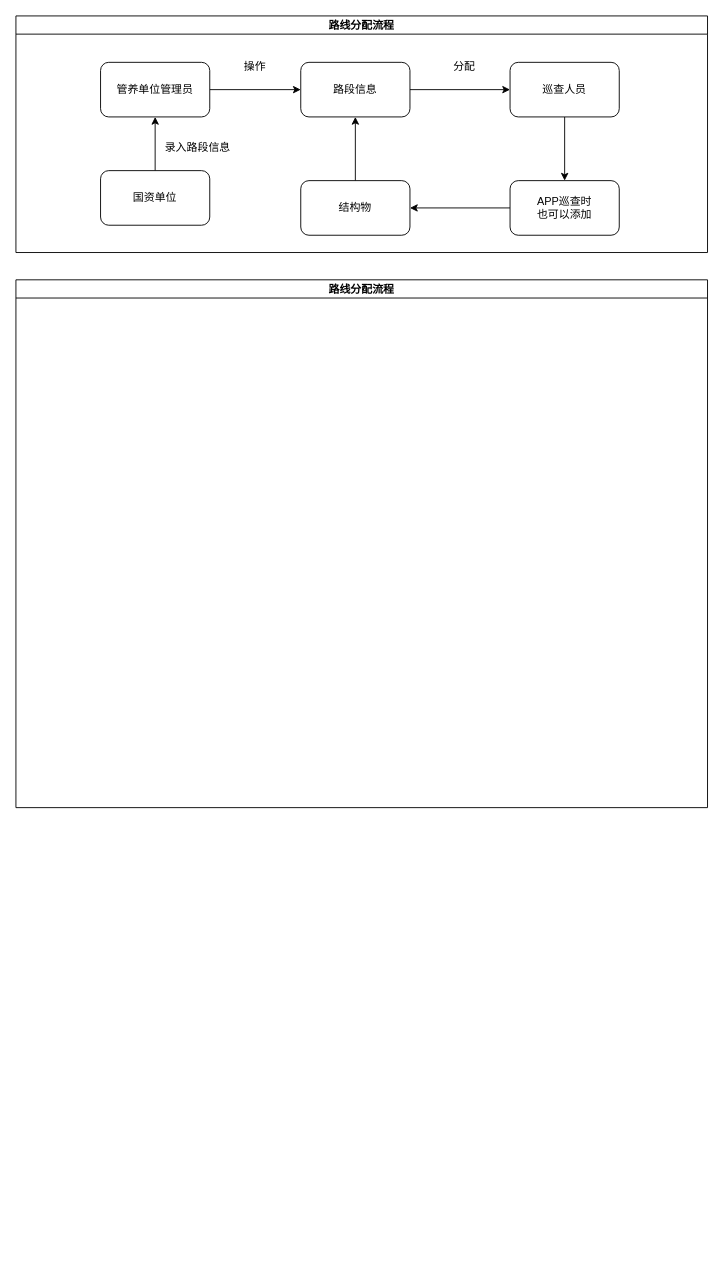
Napoleon1234/Draw keeps this draw.io diagram as way/JH/流程图.drawio. Above is the earlier version. Source tidied: cells renumbered, new cells numbered last; positions are measured from the earlier drawing's top-left corner, leaving out a move shared by most shapes. Both pictures are drawn from the tidied source at 91%, with x=0, y=0 at pixel (15, 15).
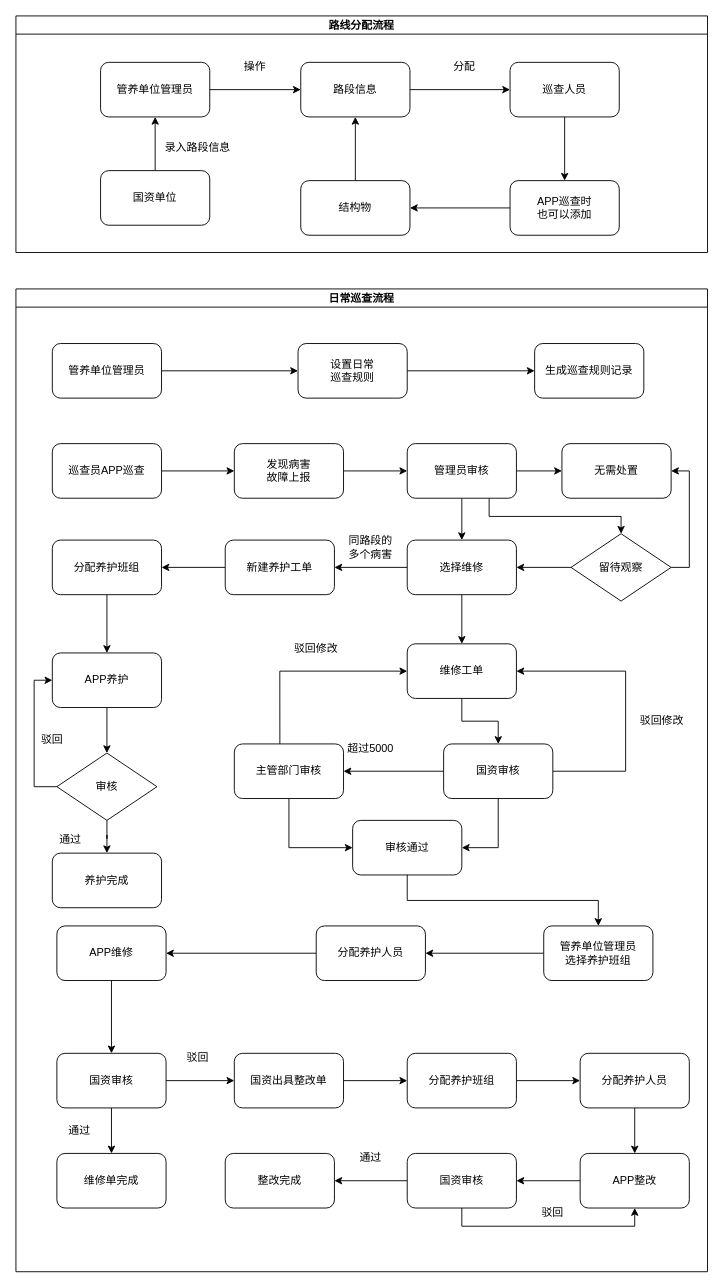
Above is the later version.

Commit message (it also covers changes not shown here):
更新流程图.drawio

What changed in the source:
```diff
@@
-    <mxCell id="18" value="路线分配流程" style="swimlane;startSize=20;horizontal=1;containerType=tree;" parent="1" vertex="1">
-      <mxGeometry y="290" width="760" height="580" as="geometry" />
+    <mxCell id="18" value="日常巡查流程" style="swimlane;startSize=20;horizontal=1;containerType=tree;" parent="1" vertex="1">
+      <mxGeometry y="300" width="760" height="1080" as="geometry" />
     </mxCell>
+    <mxCell id="19" style="edgeStyle=orthogonalEdgeStyle;rounded=0;jettySize=auto;html=1;" parent="18" edge="1" source="20" target="22">
+      <mxGeometry relative="1" as="geometry" />
+    </mxCell>
+    <mxCell id="20" value="管养单位管理员" style="rounded=1;whiteSpace=wrap;html=1;" parent="18" vertex="1">
+      <mxGeometry x="40" y="60" width="120" height="60" as="geometry" />
+    </mxCell>
+    <mxCell id="21" style="edgeStyle=orthogonalEdgeStyle;rounded=0;jettySize=auto;html=1;" parent="18" edge="1" source="22" target="23">
+      <mxGeometry relative="1" as="geometry" />
+    </mxCell>
+    <mxCell id="22" value="设置日常&lt;br&gt;巡查规则" style="rounded=1;whiteSpace=wrap;html=1;" parent="18" vertex="1">
+      <mxGeometry x="310" y="60" width="120" height="60" as="geometry" />
+    </mxCell>
+    <mxCell id="23" value="生成巡查规则记录" style="rounded=1;whiteSpace=wrap;html=1;" parent="18" vertex="1">
+      <mxGeometry x="570" y="60" width="120" height="60" as="geometry" />
+    </mxCell>
+    <mxCell id="24" style="edgeStyle=orthogonalEdgeStyle;rounded=0;jettySize=auto;html=1;entryX=0;entryY=0.5;entryDx=0;entryDy=0;" parent="18" edge="1" source="25" target="27">
+      <mxGeometry relative="1" as="geometry" />
+    </mxCell>
+    <mxCell id="25" value="巡查员APP巡查" style="rounded=1;whiteSpace=wrap;html=1;" parent="18" vertex="1">
+      <mxGeometry x="40" y="170" width="120" height="60" as="geometry" />
+    </mxCell>
+    <mxCell id="26" style="edgeStyle=orthogonalEdgeStyle;rounded=0;jettySize=auto;html=1;" parent="18" edge="1" source="27" target="31">
+      <mxGeometry relative="1" as="geometry" />
+    </mxCell>
+    <mxCell id="27" value="发现病害&lt;br&gt;故障上报" style="rounded=1;whiteSpace=wrap;html=1;" parent="18" vertex="1">
+      <mxGeometry x="240" y="170" width="120" height="60" as="geometry" />
+    </mxCell>
+    <mxCell id="28" style="edgeStyle=orthogonalEdgeStyle;rounded=0;jettySize=auto;html=1;entryX=0;entryY=0.5;entryDx=0;entryDy=0;" parent="18" edge="1" source="31" target="32">
+      <mxGeometry relative="1" as="geometry" />
+    </mxCell>
+    <mxCell id="29" style="edgeStyle=orthogonalEdgeStyle;rounded=0;jettySize=auto;html=1;entryX=0.5;entryY=0;entryDx=0;entryDy=0;" parent="18" edge="1" source="31" target="35">
+      <mxGeometry relative="1" as="geometry" />
+    </mxCell>
+    <mxCell id="30" style="edgeStyle=orthogonalEdgeStyle;rounded=0;jettySize=auto;html=1;exitX=0.75;exitY=1;exitDx=0;exitDy=0;" parent="18" edge="1" source="31" target="38">
+      <mxGeometry relative="1" as="geometry">
+        <Array as="points">
+          <mxPoint x="520" y="250" />
+          <mxPoint x="665" y="250" />
+        </Array>
+      </mxGeometry>
+    </mxCell>
+    <mxCell id="31" value="管理员审核" style="rounded=1;whiteSpace=wrap;html=1;" parent="18" vertex="1">
+      <mxGeometry x="430" y="170" width="120" height="60" as="geometry" />
+    </mxCell>
+    <mxCell id="32" value="无需处置" style="rounded=1;whiteSpace=wrap;html=1;" parent="18" vertex="1">
+      <mxGeometry x="600" y="170" width="120" height="60" as="geometry" />
+    </mxCell>
+    <mxCell id="33" style="edgeStyle=orthogonalEdgeStyle;rounded=0;jettySize=auto;html=1;" parent="18" edge="1" source="35" target="40">
+      <mxGeometry relative="1" as="geometry" />
+    </mxCell>
+    <mxCell id="34" style="edgeStyle=orthogonalEdgeStyle;rounded=0;jettySize=auto;html=1;entryX=0.5;entryY=0;entryDx=0;entryDy=0;" parent="18" edge="1" source="35" target="53">
+      <mxGeometry relative="1" as="geometry" />
+    </mxCell>
+    <mxCell id="35" value="选择维修" style="rounded=1;whiteSpace=wrap;html=1;" parent="18" vertex="1">
+      <mxGeometry x="430" y="276" width="120" height="60" as="geometry" />
+    </mxCell>
+    <mxCell id="36" style="edgeStyle=orthogonalEdgeStyle;rounded=0;jettySize=auto;html=1;entryX=1;entryY=0.5;entryDx=0;entryDy=0;exitX=1;exitY=0.5;exitDx=0;exitDy=0;" parent="18" edge="1" source="38" target="32">
+      <mxGeometry relative="1" as="geometry" />
+    </mxCell>
+    <mxCell id="37" style="edgeStyle=orthogonalEdgeStyle;rounded=0;jettySize=auto;html=1;entryX=1;entryY=0.5;entryDx=0;entryDy=0;" parent="18" edge="1" source="38" target="35">
+      <mxGeometry relative="1" as="geometry" />
+    </mxCell>
+    <mxCell id="38" value="留待观察" style="rhombus;whiteSpace=wrap;html=1;" parent="18" vertex="1">
+      <mxGeometry x="610" y="269" width="110" height="74" as="geometry" />
+    </mxCell>
+    <mxCell id="39" style="edgeStyle=orthogonalEdgeStyle;rounded=0;jettySize=auto;html=1;" parent="18" edge="1" source="40" target="43">
+      <mxGeometry relative="1" as="geometry" />
+    </mxCell>
+    <mxCell id="40" value="新建养护工单" style="rounded=1;whiteSpace=wrap;html=1;" parent="18" vertex="1">
+      <mxGeometry x="230" y="276" width="120" height="60" as="geometry" />
+    </mxCell>
+    <mxCell id="41" value="同路段的多个病害" style="text;strokeColor=none;align=center;fillColor=none;html=1;verticalAlign=middle;whiteSpace=wrap;rounded=0;" parent="18" vertex="1">
+      <mxGeometry x="360" y="269" width="60" height="30" as="geometry" />
+    </mxCell>
+    <mxCell id="42" style="edgeStyle=orthogonalEdgeStyle;rounded=0;jettySize=auto;html=1;entryX=0.5;entryY=0;entryDx=0;entryDy=0;" parent="18" edge="1" source="43" target="45">
+      <mxGeometry relative="1" as="geometry" />
+    </mxCell>
+    <mxCell id="43" value="分配养护班组" style="rounded=1;whiteSpace=wrap;html=1;" parent="18" vertex="1">
+      <mxGeometry x="40" y="276" width="120" height="60" as="geometry" />
+    </mxCell>
+    <mxCell id="44" style="edgeStyle=orthogonalEdgeStyle;rounded=0;jettySize=auto;html=1;entryX=0.5;entryY=0;entryDx=0;entryDy=0;" parent="18" edge="1" source="45" target="48">
+      <mxGeometry relative="1" as="geometry" />
+    </mxCell>
+    <mxCell id="45" value="APP养护" style="rounded=1;whiteSpace=wrap;html=1;" parent="18" vertex="1">
+      <mxGeometry x="40" y="400" width="120" height="60" as="geometry" />
+    </mxCell>
+    <mxCell id="46" style="edgeStyle=orthogonalEdgeStyle;rounded=0;jettySize=auto;html=1;entryX=0;entryY=0.5;entryDx=0;entryDy=0;exitX=0;exitY=0.5;exitDx=0;exitDy=0;" parent="18" edge="1" source="48" target="45">
+      <mxGeometry relative="1" as="geometry" />
+    </mxCell>
+    <mxCell id="47" style="edgeStyle=orthogonalEdgeStyle;rounded=0;jettySize=auto;html=1;entryX=0.5;entryY=0;entryDx=0;entryDy=0;" parent="18" edge="1" source="48" target="50">
+      <mxGeometry relative="1" as="geometry" />
+    </mxCell>
+    <mxCell id="48" value="审核" style="rhombus;whiteSpace=wrap;html=1;" parent="18" vertex="1">
+      <mxGeometry x="45" y="510" width="110" height="74" as="geometry" />
+    </mxCell>
+    <mxCell id="49" value="驳回" style="text;strokeColor=none;align=center;fillColor=none;html=1;verticalAlign=middle;whiteSpace=wrap;rounded=0;" parent="18" vertex="1">
+      <mxGeometry x="10" y="480" width="60" height="30" as="geometry" />
+    </mxCell>
+    <mxCell id="50" value="养护完成" style="rounded=1;whiteSpace=wrap;html=1;" parent="18" vertex="1">
+      <mxGeometry x="40" y="620" width="120" height="60" as="geometry" />
+    </mxCell>
+    <mxCell id="51" value="通过" style="text;strokeColor=none;align=center;fillColor=none;html=1;verticalAlign=middle;whiteSpace=wrap;rounded=0;" parent="18" vertex="1">
+      <mxGeometry x="30" y="590" width="60" height="30" as="geometry" />
+    </mxCell>
+    <mxCell id="52" style="edgeStyle=orthogonalEdgeStyle;rounded=0;jettySize=auto;html=1;entryX=0.5;entryY=0;entryDx=0;entryDy=0;" parent="18" edge="1" source="53" target="57">
+      <mxGeometry relative="1" as="geometry" />
+    </mxCell>
+    <mxCell id="53" value="维修工单" style="rounded=1;whiteSpace=wrap;html=1;" parent="18" vertex="1">
+      <mxGeometry x="430" y="390" width="120" height="60" as="geometry" />
+    </mxCell>
+    <mxCell id="54" style="edgeStyle=orthogonalEdgeStyle;rounded=0;jettySize=auto;html=1;entryX=1;entryY=0.5;entryDx=0;entryDy=0;" parent="18" edge="1" source="57" target="60">
+      <mxGeometry relative="1" as="geometry" />
+    </mxCell>
+    <mxCell id="55" style="edgeStyle=orthogonalEdgeStyle;rounded=0;jettySize=auto;html=1;entryX=1;entryY=0.5;entryDx=0;entryDy=0;exitX=1;exitY=0.5;exitDx=0;exitDy=0;" parent="18" edge="1" source="57" target="53">
+      <mxGeometry x="0.2" y="-20" relative="1" as="geometry">
+        <Array as="points">
+          <mxPoint x="670" y="530" />
+          <mxPoint x="670" y="420" />
+        </Array>
+      </mxGeometry>
+    </mxCell>
+    <mxCell id="56" style="edgeStyle=orthogonalEdgeStyle;rounded=0;jettySize=auto;html=1;entryX=1;entryY=0.5;entryDx=0;entryDy=0;" parent="18" edge="1" source="57" target="65">
+      <mxGeometry relative="1" as="geometry" />
+    </mxCell>
+    <mxCell id="57" value="国资审核" style="rounded=1;whiteSpace=wrap;html=1;" parent="18" vertex="1">
+      <mxGeometry x="470" y="500" width="120" height="60" as="geometry" />
+    </mxCell>
+    <mxCell id="58" style="edgeStyle=orthogonalEdgeStyle;rounded=0;jettySize=auto;html=1;entryX=0;entryY=0.5;entryDx=0;entryDy=0;exitX=0.417;exitY=0;exitDx=0;exitDy=0;exitPerimeter=0;" parent="18" edge="1" source="60" target="53">
+      <mxGeometry relative="1" as="geometry" />
+    </mxCell>
+    <mxCell id="59" style="edgeStyle=orthogonalEdgeStyle;rounded=0;jettySize=auto;html=1;entryX=0;entryY=0.5;entryDx=0;entryDy=0;exitX=0.5;exitY=1;exitDx=0;exitDy=0;" parent="18" edge="1" source="60" target="65">
+      <mxGeometry relative="1" as="geometry" />
+    </mxCell>
+    <mxCell id="60" value="主管部门审核" style="rounded=1;whiteSpace=wrap;html=1;" parent="18" vertex="1">
+      <mxGeometry x="240" y="500" width="120" height="60" as="geometry" />
+    </mxCell>
+    <mxCell id="61" value="超过5000" style="text;strokeColor=none;align=center;fillColor=none;html=1;verticalAlign=middle;whiteSpace=wrap;rounded=0;" parent="18" vertex="1">
+      <mxGeometry x="360" y="490" width="60" height="30" as="geometry" />
+    </mxCell>
+    <mxCell id="62" value="驳回修改" style="text;strokeColor=none;align=center;fillColor=none;html=1;verticalAlign=middle;whiteSpace=wrap;rounded=0;" parent="18" vertex="1">
+      <mxGeometry x="300" y="380" width="60" height="30" as="geometry" />
+    </mxCell>
+    <mxCell id="63" value="驳回修改" style="text;strokeColor=none;align=center;fillColor=none;html=1;verticalAlign=middle;whiteSpace=wrap;rounded=0;" parent="18" vertex="1">
+      <mxGeometry x="680" y="460" width="60" height="30" as="geometry" />
+    </mxCell>
+    <mxCell id="64" style="edgeStyle=orthogonalEdgeStyle;rounded=0;jettySize=auto;html=1;exitX=0.5;exitY=1;exitDx=0;exitDy=0;" parent="18" edge="1" source="65" target="67">
+      <mxGeometry relative="1" as="geometry" />
+    </mxCell>
+    <mxCell id="65" value="审核通过" style="rounded=1;whiteSpace=wrap;html=1;" parent="18" vertex="1">
+      <mxGeometry x="370" y="584" width="120" height="60" as="geometry" />
+    </mxCell>
+    <mxCell id="66" style="edgeStyle=orthogonalEdgeStyle;rounded=0;jettySize=auto;html=1;entryX=1;entryY=0.5;entryDx=0;entryDy=0;" parent="18" edge="1" source="67" target="69">
+      <mxGeometry relative="1" as="geometry" />
+    </mxCell>
+    <mxCell id="67" value="管养单位管理员&lt;br&gt;选择养护班组" style="rounded=1;whiteSpace=wrap;html=1;" parent="18" vertex="1">
+      <mxGeometry x="580" y="700" width="120" height="60" as="geometry" />
+    </mxCell>
+    <mxCell id="68" style="edgeStyle=orthogonalEdgeStyle;rounded=0;jettySize=auto;html=1;entryX=1;entryY=0.5;entryDx=0;entryDy=0;exitX=0;exitY=0.5;exitDx=0;exitDy=0;" parent="18" edge="1" source="69" target="71">
+      <mxGeometry relative="1" as="geometry" />
+    </mxCell>
+    <mxCell id="69" value="分配养护人员" style="rounded=1;whiteSpace=wrap;html=1;" parent="18" vertex="1">
+      <mxGeometry x="330" y="700" width="120" height="60" as="geometry" />
+    </mxCell>
+    <mxCell id="70" style="edgeStyle=orthogonalEdgeStyle;rounded=0;jettySize=auto;html=1;entryX=0.5;entryY=0;entryDx=0;entryDy=0;" parent="18" edge="1" source="71" target="74">
+      <mxGeometry relative="1" as="geometry" />
+    </mxCell>
+    <mxCell id="71" value="APP维修" style="rounded=1;whiteSpace=wrap;html=1;" parent="18" vertex="1">
+      <mxGeometry x="45" y="700" width="120" height="60" as="geometry" />
+    </mxCell>
+    <mxCell id="72" style="edgeStyle=orthogonalEdgeStyle;rounded=0;jettySize=auto;html=1;" parent="18" edge="1" source="74" target="75">
+      <mxGeometry relative="1" as="geometry" />
+    </mxCell>
+    <mxCell id="73" style="edgeStyle=orthogonalEdgeStyle;rounded=0;jettySize=auto;html=1;" parent="18" edge="1" source="74" target="77">
+      <mxGeometry relative="1" as="geometry" />
+    </mxCell>
+    <mxCell id="74" value="国资审核" style="rounded=1;whiteSpace=wrap;html=1;" parent="18" vertex="1">
+      <mxGeometry x="45" y="840" width="120" height="60" as="geometry" />
+    </mxCell>
+    <mxCell id="75" value="维修单完成" style="rounded=1;whiteSpace=wrap;html=1;" parent="18" vertex="1">
+      <mxGeometry x="45" y="950" width="120" height="60" as="geometry" />
+    </mxCell>
+    <mxCell id="76" style="edgeStyle=orthogonalEdgeStyle;rounded=0;jettySize=auto;html=1;" parent="18" edge="1" source="77" target="81">
+      <mxGeometry relative="1" as="geometry" />
+    </mxCell>
+    <mxCell id="77" value="国资出具整改单" style="rounded=1;whiteSpace=wrap;html=1;" parent="18" vertex="1">
+      <mxGeometry x="240" y="840" width="120" height="60" as="geometry" />
+    </mxCell>
+    <mxCell id="78" value="通过" style="text;strokeColor=none;align=center;fillColor=none;html=1;verticalAlign=middle;whiteSpace=wrap;rounded=0;" parent="18" vertex="1">
+      <mxGeometry x="40" y="910" width="60" height="30" as="geometry" />
+    </mxCell>
+    <mxCell id="79" value="驳回" style="text;strokeColor=none;align=center;fillColor=none;html=1;verticalAlign=middle;whiteSpace=wrap;rounded=0;" parent="18" vertex="1">
+      <mxGeometry x="170" y="830" width="60" height="30" as="geometry" />
+    </mxCell>
+    <mxCell id="80" style="edgeStyle=orthogonalEdgeStyle;rounded=0;jettySize=auto;html=1;entryX=0;entryY=0.5;entryDx=0;entryDy=0;" parent="18" edge="1" source="81" target="83">
+      <mxGeometry relative="1" as="geometry" />
+    </mxCell>
+    <mxCell id="81" value="分配养护班组" style="rounded=1;whiteSpace=wrap;html=1;" parent="18" vertex="1">
+      <mxGeometry x="430" y="840" width="120" height="60" as="geometry" />
+    </mxCell>
+    <mxCell id="82" style="edgeStyle=orthogonalEdgeStyle;rounded=0;jettySize=auto;html=1;entryX=0.5;entryY=0;entryDx=0;entryDy=0;" parent="18" edge="1" source="83" target="85">
+      <mxGeometry relative="1" as="geometry" />
+    </mxCell>
+    <mxCell id="83" value="分配养护人员" style="rounded=1;whiteSpace=wrap;html=1;" parent="18" vertex="1">
+      <mxGeometry x="620" y="840" width="120" height="60" as="geometry" />
+    </mxCell>
+    <mxCell id="84" style="edgeStyle=orthogonalEdgeStyle;rounded=0;jettySize=auto;html=1;entryX=1;entryY=0.5;entryDx=0;entryDy=0;" parent="18" edge="1" source="85" target="87">
+      <mxGeometry relative="1" as="geometry" />
+    </mxCell>
+    <mxCell id="85" value="APP整改" style="rounded=1;whiteSpace=wrap;html=1;" parent="18" vertex="1">
+      <mxGeometry x="620" y="950" width="120" height="60" as="geometry" />
+    </mxCell>
+    <mxCell id="86" style="edgeStyle=orthogonalEdgeStyle;rounded=0;jettySize=auto;html=1;" parent="18" edge="1" source="87" target="88">
+      <mxGeometry relative="1" as="geometry" />
+    </mxCell>
+    <mxCell id="87" value="国资审核" style="rounded=1;whiteSpace=wrap;html=1;" parent="18" vertex="1">
+      <mxGeometry x="430" y="950" width="120" height="60" as="geometry" />
+    </mxCell>
+    <mxCell id="88" value="整改完成" style="rounded=1;whiteSpace=wrap;html=1;" parent="18" vertex="1">
+      <mxGeometry x="230" y="950" width="120" height="60" as="geometry" />
+    </mxCell>
+    <mxCell id="89" style="edgeStyle=orthogonalEdgeStyle;rounded=0;jettySize=auto;html=1;entryX=0.5;entryY=1;entryDx=0;entryDy=0;exitX=0.5;exitY=1;exitDx=0;exitDy=0;" parent="18" edge="1" source="87" target="85">
+      <mxGeometry relative="1" as="geometry" />
+    </mxCell>
+    <mxCell id="90" value="驳回" style="text;strokeColor=none;align=center;fillColor=none;html=1;verticalAlign=middle;whiteSpace=wrap;rounded=0;" parent="18" vertex="1">
+      <mxGeometry x="560" y="1000" width="60" height="30" as="geometry" />
+    </mxCell>
+    <mxCell id="91" value="通过" style="text;strokeColor=none;align=center;fillColor=none;html=1;verticalAlign=middle;whiteSpace=wrap;rounded=0;" parent="18" vertex="1">
+      <mxGeometry x="360" y="940" width="60" height="30" as="geometry" />
+    </mxCell>
```
